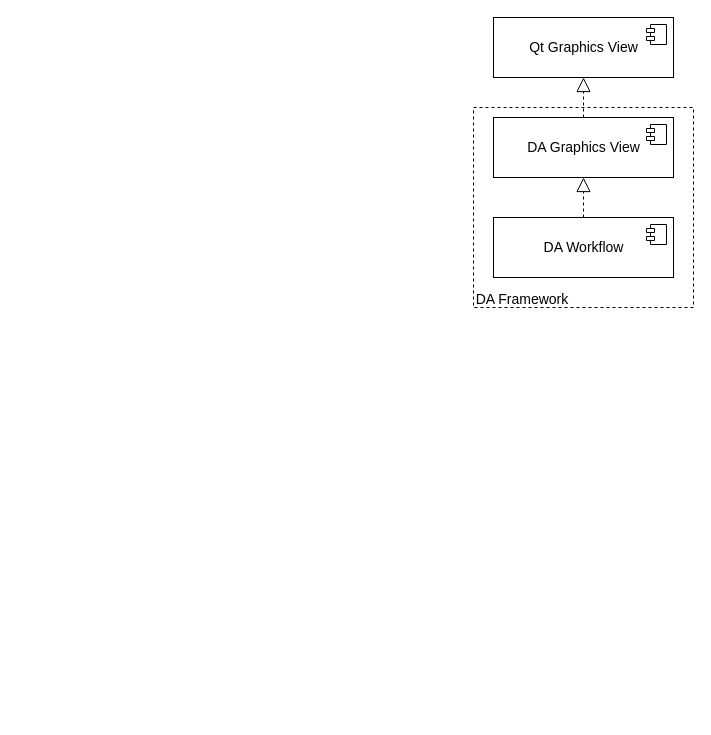
Above: page "uml" (2 of 2) of doc/zh/drawio/about-data-work-flow.drawio in czyt1988/data-workbench (draw.io), before the change. Source tidied: cells renumbered, new cells numbered last; positions are measured from the earlier drawing's top-left corner, leaving out a move shared by most shapes. Both pictures are drawn from the tidied source at 100%, with x=0, y=0 at pixel (467, 17).
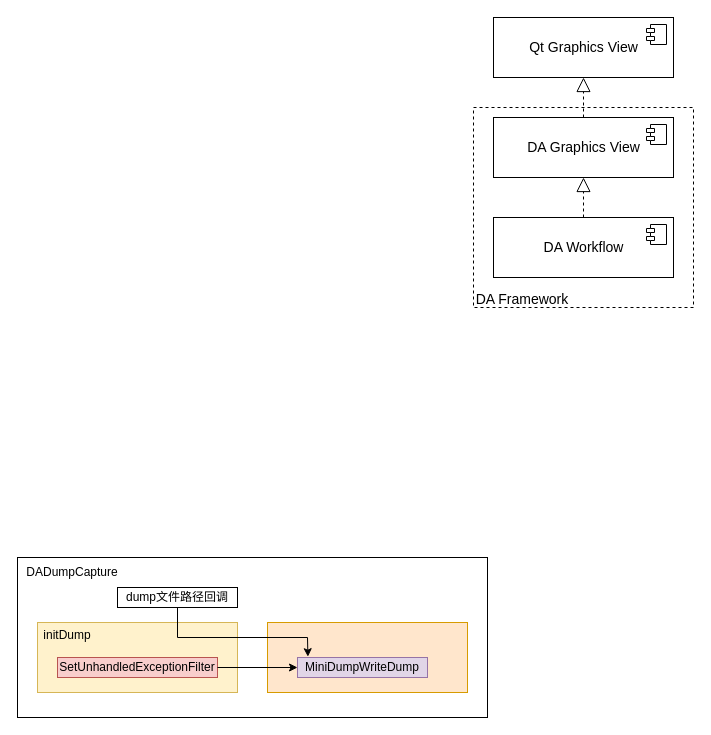
The same diagram, later.

Diff of the diagram source:
```diff
@@
+    <mxCell id="12" style="rounded=0;whiteSpace=wrap;html=1;" parent="1" vertex="1">
+      <mxGeometry x="-450" y="540" width="470" height="160" as="geometry" />
+    </mxCell>
+    <mxCell id="13" value="DADumpCapture" style="text;html=1;align=center;verticalAlign=middle;whiteSpace=wrap;rounded=0;" parent="1" vertex="1">
+      <mxGeometry x="-450" y="540" width="110" height="30" as="geometry" />
+    </mxCell>
+    <mxCell id="14" style="rounded=0;whiteSpace=wrap;html=1;fillColor=#fff2cc;strokeColor=#d6b656;" parent="1" vertex="1">
+      <mxGeometry x="-430" y="605" width="200" height="70" as="geometry" />
+    </mxCell>
+    <mxCell id="15" value="initDump" style="text;html=1;align=center;verticalAlign=middle;whiteSpace=wrap;rounded=0;" parent="1" vertex="1">
+      <mxGeometry x="-430" y="605" width="60" height="25" as="geometry" />
+    </mxCell>
+    <mxCell id="16" value="dump文件路径回调" style="rounded=0;whiteSpace=wrap;html=1;" parent="1" vertex="1">
+      <mxGeometry x="-350" y="570" width="120" height="20" as="geometry" />
+    </mxCell>
+    <mxCell id="17" value="SetUnhandledExceptionFilter" style="rounded=0;whiteSpace=wrap;html=1;fillColor=#f8cecc;strokeColor=#b85450;" parent="1" vertex="1">
+      <mxGeometry x="-410" y="640" width="160" height="20" as="geometry" />
+    </mxCell>
+    <mxCell id="18" style="rounded=0;whiteSpace=wrap;html=1;fillColor=#ffe6cc;strokeColor=#d79b00;" parent="1" vertex="1">
+      <mxGeometry x="-200" y="605" width="200" height="70" as="geometry" />
+    </mxCell>
+    <mxCell id="19" style="endArrow=classic;html=1;rounded=0;exitX=0.5;exitY=1;exitDx=0;exitDy=0;entryX=0.08;entryY=-0.04;entryDx=0;entryDy=0;entryPerimeter=0;" parent="1" edge="1" source="16" target="21">
+      <mxGeometry relative="1" as="geometry">
+        <Array as="points">
+          <mxPoint x="-290" y="620" />
+          <mxPoint x="-160" y="620" />
+        </Array>
+      </mxGeometry>
+    </mxCell>
+    <mxCell id="20" style="endArrow=classic;html=1;rounded=0;" parent="1" edge="1">
+      <mxGeometry relative="1" as="geometry">
+        <mxPoint x="-250" y="650" as="sourcePoint" />
+        <mxPoint x="-170" y="650" as="targetPoint" />
+      </mxGeometry>
+    </mxCell>
+    <mxCell id="21" value="MiniDumpWriteDump" style="rounded=0;whiteSpace=wrap;html=1;fillColor=#e1d5e7;strokeColor=#9673a6;" parent="1" vertex="1">
+      <mxGeometry x="-170" y="640" width="130" height="20" as="geometry" />
+    </mxCell>
```
